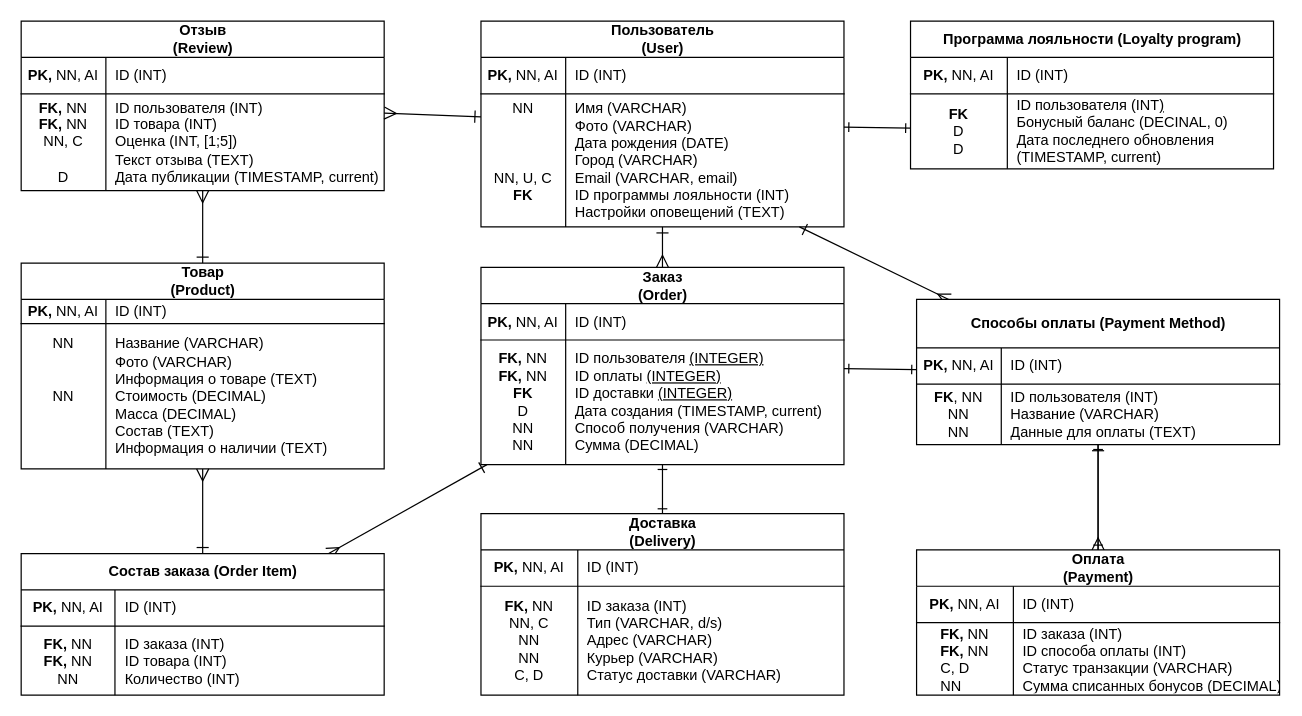
The draw.io diagram LW1 (PDM).drawio in epolyanskiy/ITMO-DBD, before the edit. Source tidied: cells renumbered, new cells numbered last; positions are measured from the earlier drawing's top-left corner, leaving out a move shared by most shapes. Both pictures are drawn from the tidied source at 121%, with x=0, y=0 at pixel (21, 21).
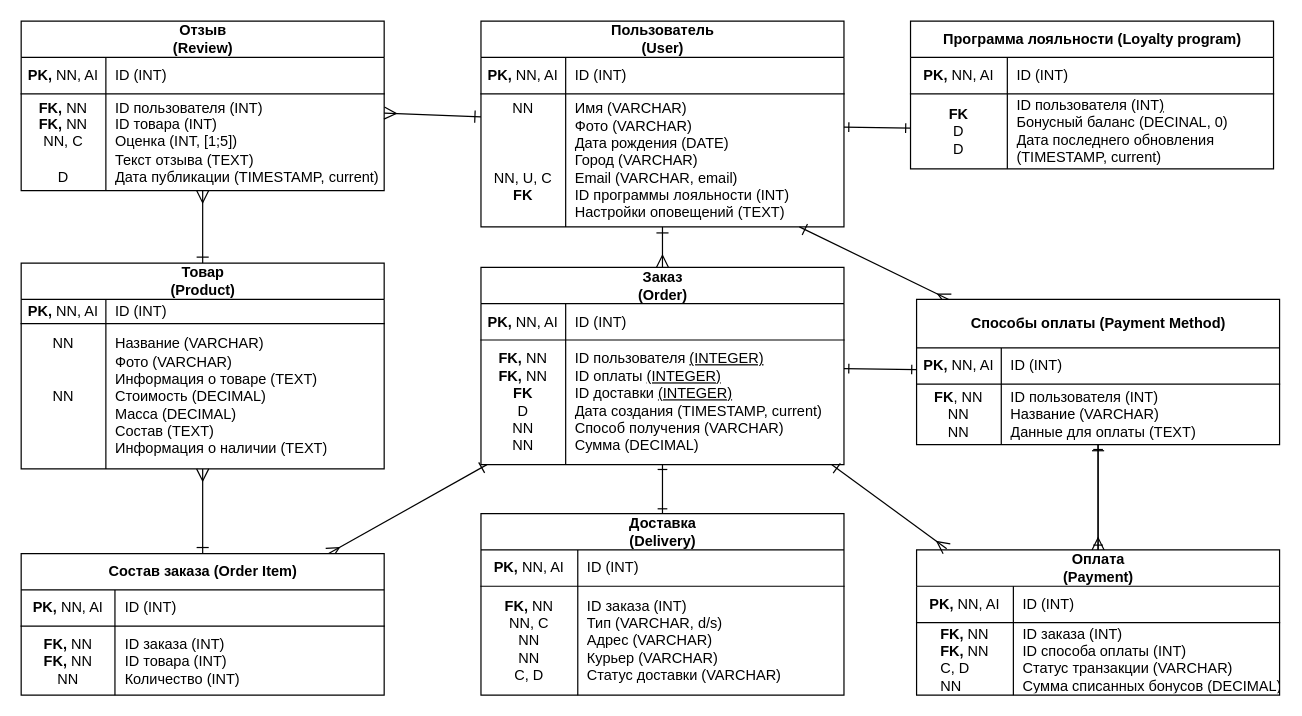
The same diagram, later.

The change refers to these unchanged cells:
```xml
<mxCell id="33" value="&lt;span style=&quot;white-space: normal;&quot;&gt;Оплата (Payment)&lt;/span&gt;" style="shape=table;startSize=30;childLayout=tableLayout;rowLines=0;fontStyle=1;align=center;html=1;" parent="1" vertex="1">
  <mxGeometry x="740" y="437" width="300" height="120" as="geometry" />
</mxCell>
```

Diff of the diagram source:
```diff
@@
+    <mxCell id="76" style="edgeStyle=none;curved=1;rounded=0;jettySize=auto;html=1;fontSize=12;startSize=8;endSize=8;startArrow=ERone;startFill=0;endArrow=ERmany;endFill=0;entryX=0.083;entryY=-0.008;entryDx=0;entryDy=0;entryPerimeter=0;" parent="1" edge="1" target="33">
+      <mxGeometry relative="1" as="geometry">
+        <mxPoint x="670" y="366.5" as="sourcePoint" />
+      </mxGeometry>
+    </mxCell>
```
